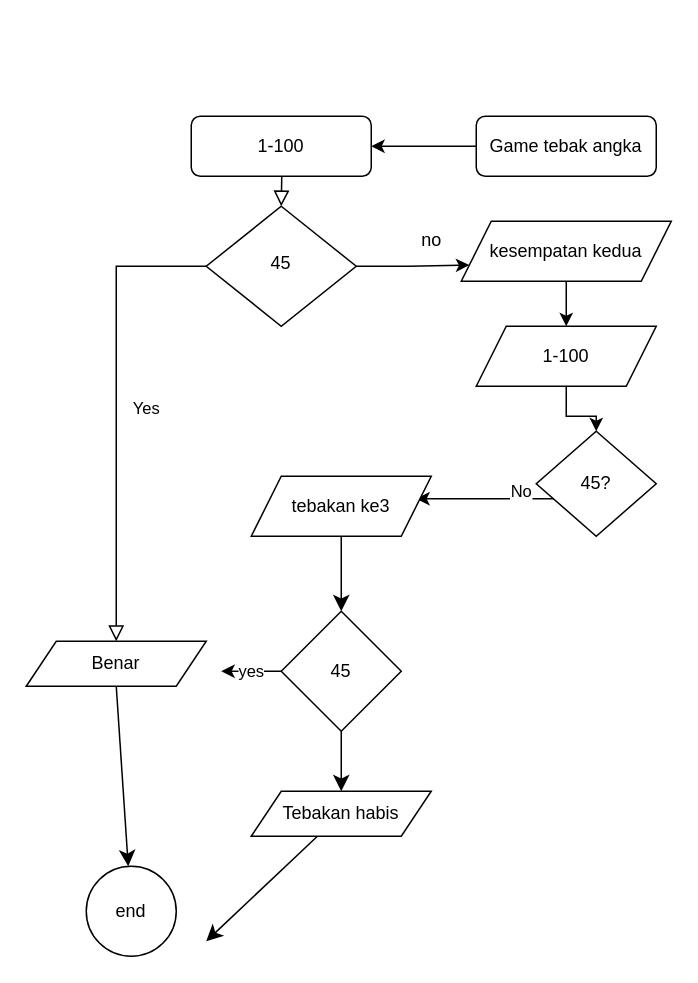
Earlier version of the draw.io diagram Diagram Tanpa Judul.drawio (Ichsan909/Algo_B_23241049). Source tidied: cells renumbered, new cells numbered last; positions are measured from the earlier drawing's top-left corner, leaving out a move shared by most shapes. Both pictures are drawn from the tidied source at 150%, with x=0, y=0 at pixel (26, 116).
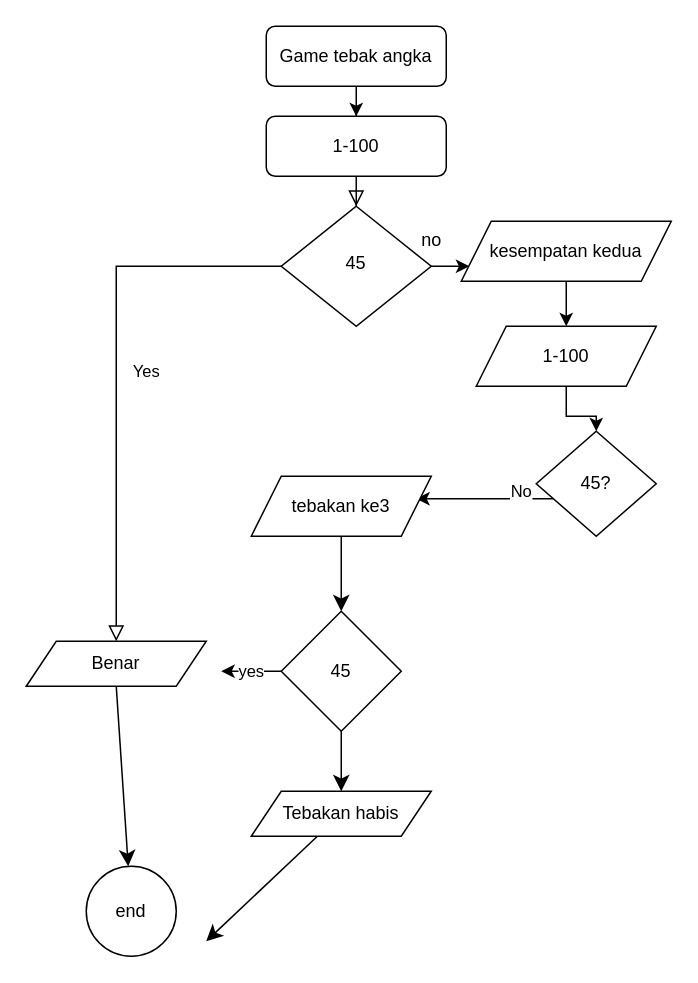
The same diagram, later.

Change to the diagram source:
```diff
@@
-    <mxCell id="2" style="rounded=0;html=1;jettySize=auto;fontSize=11;endArrow=block;endFill=0;endSize=8;strokeWidth=1;shadow=0;labelBackgroundColor=none;edgeStyle=orthogonalEdgeStyle;" parent="1" edge="1" target="5">
-      <mxGeometry relative="1" as="geometry">
-        <mxPoint x="170" as="sourcePoint" />
-      </mxGeometry>
+    <mxCell id="2" style="rounded=0;html=1;jettySize=auto;fontSize=11;endArrow=block;endFill=0;endSize=8;strokeWidth=1;shadow=0;labelBackgroundColor=none;edgeStyle=orthogonalEdgeStyle;" parent="1" edge="1" source="8" target="5">
+      <mxGeometry relative="1" as="geometry" />
     </mxCell>
@@
     <mxCell id="5" value="45" style="rhombus;whiteSpace=wrap;html=1;shadow=0;fontFamily=Helvetica;fontSize=12;align=center;strokeWidth=1;spacing=6;spacingTop=-4;" parent="1" vertex="1">
-      <mxGeometry x="120" y="60" width="100" height="80" as="geometry" />
+      <mxGeometry x="170" y="60" width="100" height="80" as="geometry" />
     </mxCell>
@@
     <mxCell id="7" value="Game tebak angka" style="rounded=1;whiteSpace=wrap;html=1;fontSize=12;glass=0;strokeWidth=1;shadow=0;" parent="1" vertex="1">
-      <mxGeometry x="300" width="120" height="40" as="geometry" />
+      <mxGeometry x="160" y="-60" width="120" height="40" as="geometry" />
     </mxCell>
-    <mxCell id="8" value="1-100" style="rounded=1;whiteSpace=wrap;html=1;fontSize=12;glass=0;strokeWidth=1;shadow=0;" parent="1" vertex="1">
-      <mxGeometry x="110" width="120" height="40" as="geometry" />
-    </mxCell>
@@
+    <mxCell id="8" value="1-100" style="rounded=1;whiteSpace=wrap;html=1;fontSize=12;glass=0;strokeWidth=1;shadow=0;" parent="1" vertex="1">
+      <mxGeometry x="160" width="120" height="40" as="geometry" />
+    </mxCell>
```
